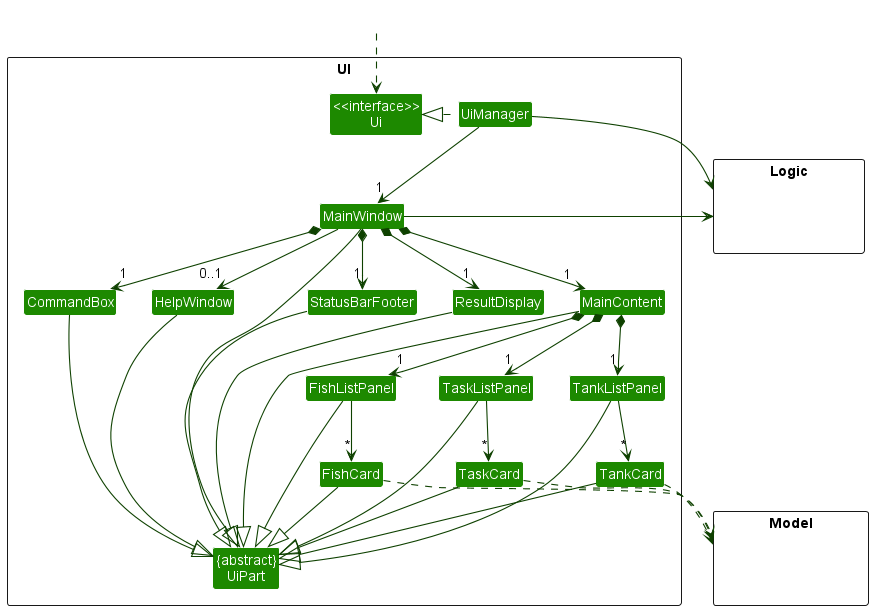
Above: docs/images/UiClassDiagram.png in nus-cs2103-AY2223S2/tp (PlantUML), before the change.
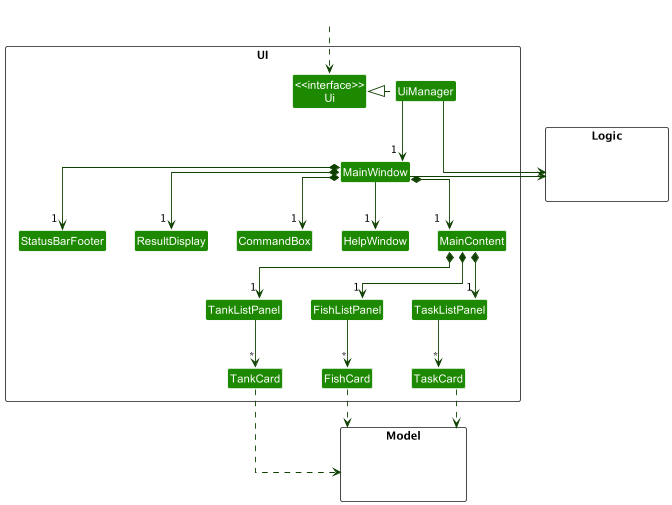
Later version of the same file.

The edit, as a diff of the source:
```diff
@@ -3,18 +3,20 @@
 skinparam arrowThickness 1.1
 skinparam arrowColor UI_COLOR_T4
 skinparam classBackgroundColor UI_COLOR
+skinparam linetype ortho
 
 package UI <<Rectangle>>{
 Class "<<interface>>\nUi" as Ui
-Class "{abstract}\nUiPart" as UiPart
 Class UiManager
 Class MainWindow
 Class HelpWindow
 Class ResultDisplay
 Class MainContent
-Class FishListPanel
-Class TaskListPanel
-Class TankListPanel
+together {
+    Class FishListPanel
+    Class TaskListPanel
+    Class TankListPanel
+}
 Class FishCard
 Class TankCard
 Class TaskCard
@@ -34,33 +36,19 @@
 HiddenOutside ..> Ui
 
 UiManager .left.|> Ui
-UiManager -down-> "1" MainWindow
-MainWindow *-down->  "1" CommandBox
-MainWindow *-down-> "1" ResultDisplay
+UiManager -down-> "1    " MainWindow
+MainWindow *-down->  "1    " CommandBox
+MainWindow *-down-> "1 " ResultDisplay
 MainWindow *-down-> "1" MainContent
-MainWindow *-down-> "1" StatusBarFooter
-MainWindow --> "0..1" HelpWindow
+MainWindow *-down-> "1 " StatusBarFooter
+MainWindow --> "1 " HelpWindow
 
-MainContent *-down-> "1" FishListPanel
-MainContent *-down-> "1" TaskListPanel
-MainContent *-down-> "1" TankListPanel
+MainContent *-down-> "1  " FishListPanel
+MainContent *-down-> "\n\n1 " TaskListPanel
+MainContent *-down> "1  " TankListPanel
 FishListPanel -down-> "*" FishCard
 TankListPanel -down-> "*" TankCard
 TaskListPanel -down-> "*" TaskCard
-
-MainWindow -left-|> UiPart
-
-ResultDisplay --|> UiPart
-CommandBox --|> UiPart
-MainContent --|> UiPart
-FishCard --|> UiPart
-TaskCard --|> UiPart
-TankCard --|> UiPart
-StatusBarFooter --|> UiPart
-HelpWindow --|> UiPart
-FishListPanel --|> UiPart
-TaskListPanel --|> UiPart
-TankListPanel --|> UiPart
 
 FishCard ..> Model
 TaskCard ..> Model
@@ -73,5 +61,4 @@
 CommandBox -[hidden]left- ResultDisplay
 ResultDisplay -[hidden]left- StatusBarFooter
 
-MainWindow -[hidden]-|> UiPart
 @enduml
```
